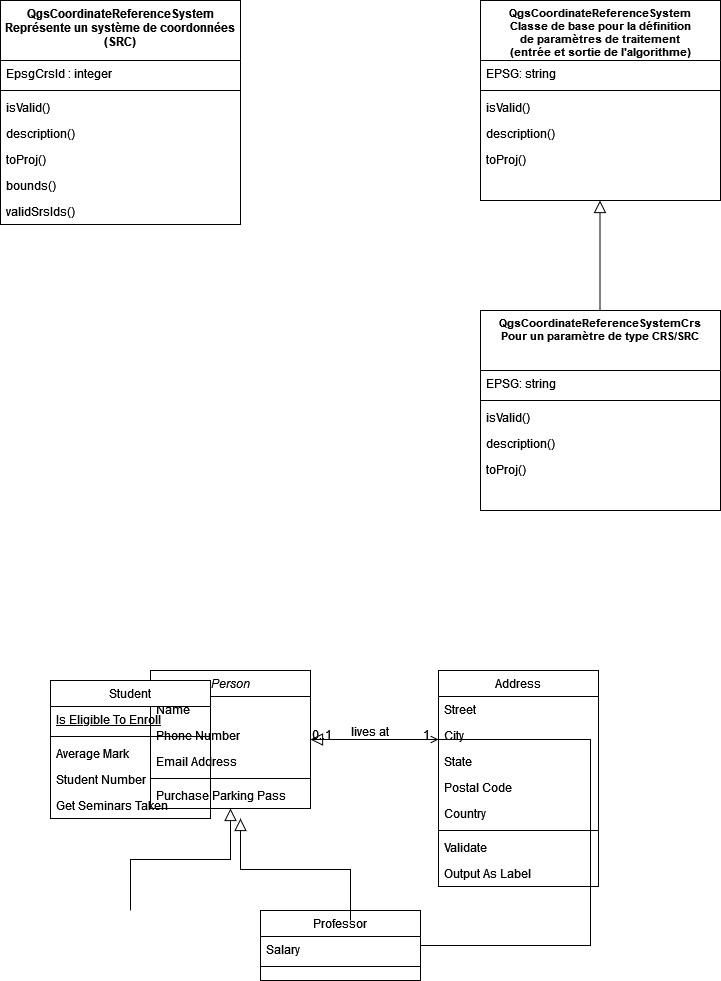
Before: classes_QGIS.png, a diagram exported from draw.io (leonielrx/ProjetInfo_DoGeo). Source tidied: cells renumbered, new cells last; positions are measured from the earlier drawing's top-left corner, leaving out a move shared by most shapes.
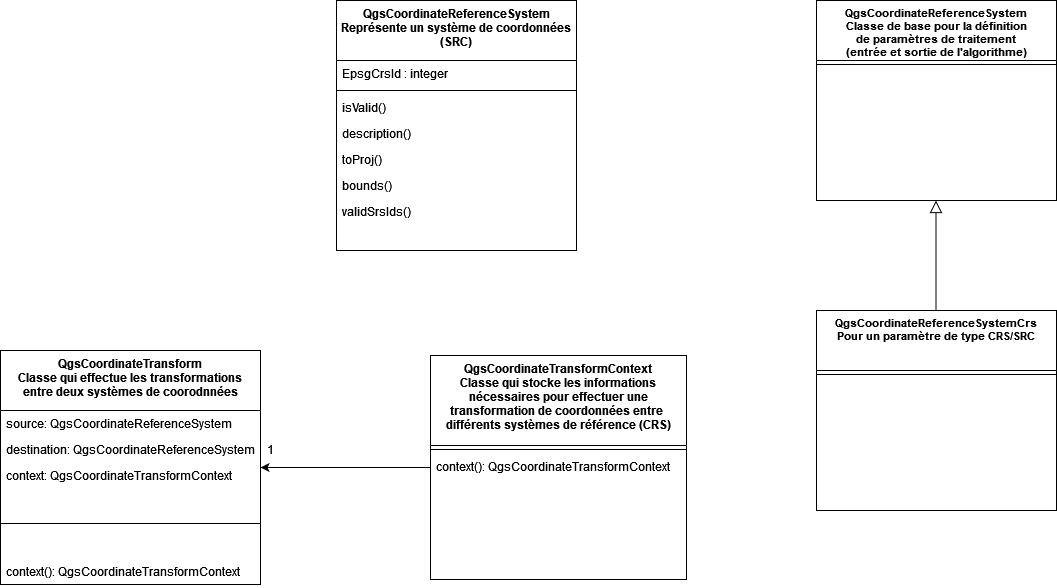
Later version of the same file.

Commit message:
Mettre à jour classes_QGIS.png

What changed in the source:
```diff
@@ -2,112 +2,8 @@
   <root>
     <mxCell id="0" />
     <mxCell id="1" parent="0" />
-    <mxCell id="2" value="Person" style="swimlane;fontStyle=2;align=center;verticalAlign=top;horizontal=1;startSize=26;rounded=0;shadow=0;strokeWidth=1;" parent="1" vertex="1">
-      <mxGeometry x="150" y="670" width="160" height="138" as="geometry" />
-    </mxCell>
-    <mxCell id="3" value="Name" style="text;align=left;verticalAlign=top;spacingLeft=4;spacingRight=4;overflow=hidden;" parent="2" vertex="1">
-      <mxGeometry y="26" width="160" height="26" as="geometry" />
-    </mxCell>
-    <mxCell id="4" value="Phone Number" style="text;align=left;verticalAlign=top;spacingLeft=4;spacingRight=4;overflow=hidden;rounded=0;shadow=0;html=0;" parent="2" vertex="1">
-      <mxGeometry y="52" width="160" height="26" as="geometry" />
-    </mxCell>
-    <mxCell id="5" value="Email Address" style="text;align=left;verticalAlign=top;spacingLeft=4;spacingRight=4;overflow=hidden;rounded=0;shadow=0;html=0;" parent="2" vertex="1">
-      <mxGeometry y="78" width="160" height="26" as="geometry" />
-    </mxCell>
-    <mxCell id="6" style="line;html=1;strokeWidth=1;align=left;verticalAlign=middle;spacingTop=-1;spacingLeft=3;spacingRight=3;labelPosition=right;" parent="2" vertex="1">
-      <mxGeometry y="104" width="160" height="8" as="geometry" />
-    </mxCell>
-    <mxCell id="7" value="Purchase Parking Pass" style="text;align=left;verticalAlign=top;spacingLeft=4;spacingRight=4;overflow=hidden;" parent="2" vertex="1">
-      <mxGeometry y="112" width="160" height="26" as="geometry" />
-    </mxCell>
-    <mxCell id="8" value="Student" style="swimlane;fontStyle=0;align=center;verticalAlign=top;horizontal=1;startSize=26;rounded=0;shadow=0;strokeWidth=1;" parent="1" vertex="1">
-      <mxGeometry x="50" y="680" width="160" height="138" as="geometry" />
-    </mxCell>
-    <mxCell id="9" value="Is Eligible To Enroll" style="text;align=left;verticalAlign=top;spacingLeft=4;spacingRight=4;overflow=hidden;fontStyle=4;" parent="8" vertex="1">
-      <mxGeometry y="26" width="160" height="26" as="geometry" />
-    </mxCell>
-    <mxCell id="10" style="line;html=1;strokeWidth=1;align=left;verticalAlign=middle;spacingTop=-1;spacingLeft=3;spacingRight=3;labelPosition=right;" parent="8" vertex="1">
-      <mxGeometry y="52" width="160" height="8" as="geometry" />
-    </mxCell>
-    <mxCell id="11" value="Average Mark" style="text;align=left;verticalAlign=top;spacingLeft=4;spacingRight=4;overflow=hidden;rounded=0;shadow=0;html=0;" parent="8" vertex="1">
-      <mxGeometry y="60" width="160" height="26" as="geometry" />
-    </mxCell>
-    <mxCell id="12" value="Student Number" style="text;align=left;verticalAlign=top;spacingLeft=4;spacingRight=4;overflow=hidden;" parent="8" vertex="1">
-      <mxGeometry y="86" width="160" height="26" as="geometry" />
-    </mxCell>
-    <mxCell id="13" value="Get Seminars Taken" style="text;align=left;verticalAlign=top;spacingLeft=4;spacingRight=4;overflow=hidden;" parent="8" vertex="1">
-      <mxGeometry y="112" width="160" height="26" as="geometry" />
-    </mxCell>
-    <mxCell id="14" style="endArrow=block;endSize=10;endFill=0;shadow=0;strokeWidth=1;rounded=0;curved=0;edgeStyle=elbowEdgeStyle;elbow=vertical;" parent="1" edge="1" target="2">
-      <mxGeometry relative="1" as="geometry">
-        <mxPoint x="130" y="910" as="sourcePoint" />
-      </mxGeometry>
-    </mxCell>
-    <mxCell id="15" value="Professor" style="swimlane;fontStyle=0;align=center;verticalAlign=top;horizontal=1;startSize=26;rounded=0;shadow=0;strokeWidth=1;" parent="1" vertex="1">
-      <mxGeometry x="260" y="910" width="160" height="70" as="geometry" />
-    </mxCell>
-    <mxCell id="16" value="Salary" style="text;align=left;verticalAlign=top;spacingLeft=4;spacingRight=4;overflow=hidden;" parent="15" vertex="1">
-      <mxGeometry y="26" width="160" height="26" as="geometry" />
-    </mxCell>
-    <mxCell id="17" style="line;html=1;strokeWidth=1;align=left;verticalAlign=middle;spacingTop=-1;spacingLeft=3;spacingRight=3;labelPosition=right;" parent="15" vertex="1">
-      <mxGeometry y="52" width="160" height="8" as="geometry" />
-    </mxCell>
-    <mxCell id="18" style="endArrow=block;endSize=10;endFill=0;shadow=0;strokeWidth=1;rounded=0;curved=0;edgeStyle=elbowEdgeStyle;elbow=vertical;" parent="1" edge="1" source="15" target="2">
-      <mxGeometry relative="1" as="geometry">
-        <Array as="points">
-          <mxPoint x="590" y="520" />
-        </Array>
-      </mxGeometry>
-    </mxCell>
-    <mxCell id="19" value="Address" style="swimlane;fontStyle=0;align=center;verticalAlign=top;horizontal=1;startSize=26;rounded=0;shadow=0;strokeWidth=1;" parent="1" vertex="1">
-      <mxGeometry x="438" y="670" width="160" height="216" as="geometry" />
-    </mxCell>
-    <mxCell id="20" value="Street" style="text;align=left;verticalAlign=top;spacingLeft=4;spacingRight=4;overflow=hidden;" parent="19" vertex="1">
-      <mxGeometry y="26" width="160" height="26" as="geometry" />
-    </mxCell>
-    <mxCell id="21" value="City" style="text;align=left;verticalAlign=top;spacingLeft=4;spacingRight=4;overflow=hidden;rounded=0;shadow=0;html=0;" parent="19" vertex="1">
-      <mxGeometry y="52" width="160" height="26" as="geometry" />
-    </mxCell>
-    <mxCell id="22" value="State" style="text;align=left;verticalAlign=top;spacingLeft=4;spacingRight=4;overflow=hidden;rounded=0;shadow=0;html=0;" parent="19" vertex="1">
-      <mxGeometry y="78" width="160" height="26" as="geometry" />
-    </mxCell>
-    <mxCell id="23" value="Postal Code" style="text;align=left;verticalAlign=top;spacingLeft=4;spacingRight=4;overflow=hidden;rounded=0;shadow=0;html=0;" parent="19" vertex="1">
-      <mxGeometry y="104" width="160" height="26" as="geometry" />
-    </mxCell>
-    <mxCell id="24" value="Country" style="text;align=left;verticalAlign=top;spacingLeft=4;spacingRight=4;overflow=hidden;rounded=0;shadow=0;html=0;" parent="19" vertex="1">
-      <mxGeometry y="130" width="160" height="26" as="geometry" />
-    </mxCell>
-    <mxCell id="25" style="line;html=1;strokeWidth=1;align=left;verticalAlign=middle;spacingTop=-1;spacingLeft=3;spacingRight=3;labelPosition=right;" parent="19" vertex="1">
-      <mxGeometry y="156" width="160" height="8" as="geometry" />
-    </mxCell>
-    <mxCell id="26" value="Validate" style="text;align=left;verticalAlign=top;spacingLeft=4;spacingRight=4;overflow=hidden;" parent="19" vertex="1">
-      <mxGeometry y="164" width="160" height="26" as="geometry" />
-    </mxCell>
-    <mxCell id="27" value="Output As Label" style="text;align=left;verticalAlign=top;spacingLeft=4;spacingRight=4;overflow=hidden;" parent="19" vertex="1">
-      <mxGeometry y="190" width="160" height="26" as="geometry" />
-    </mxCell>
-    <mxCell id="28" style="endArrow=open;shadow=0;strokeWidth=1;rounded=0;curved=0;endFill=1;edgeStyle=elbowEdgeStyle;elbow=vertical;" parent="1" edge="1" source="2" target="19">
-      <mxGeometry x="0.5" y="41" relative="1" as="geometry">
-        <mxPoint x="-40" y="32" as="offset" />
-      </mxGeometry>
-    </mxCell>
-    <mxCell id="29" value="0..1" style="align=left;verticalAlign=bottom;labelBackgroundColor=none;fontSize=12;" parent="28" vertex="1">
-      <mxGeometry x="-1" relative="1" as="geometry">
-        <mxPoint y="4" as="offset" />
-      </mxGeometry>
-    </mxCell>
-    <mxCell id="30" value="1" style="align=right;verticalAlign=bottom;labelBackgroundColor=none;fontSize=12;" parent="28" vertex="1">
-      <mxGeometry x="1" relative="1" as="geometry">
-        <mxPoint x="-7" y="4" as="offset" />
-      </mxGeometry>
-    </mxCell>
-    <mxCell id="31" value="lives at" style="text;html=1;align=center;verticalAlign=middle;labelBackgroundColor=none;rounded=0;shadow=0;strokeWidth=1;fontSize=12;" parent="28" vertex="1">
-      <mxGeometry x="0.5" y="49" relative="1" as="geometry">
-        <mxPoint x="-38" y="40" as="offset" />
-      </mxGeometry>
-    </mxCell>
     <mxCell id="32" value="QgsCoordinateReferenceSystem&#10;Représente un système de coordonnées &#10;(SRC)&#10;" style="swimlane;fontStyle=1;align=center;verticalAlign=top;horizontal=1;startSize=60;rounded=0;shadow=0;strokeWidth=1;fontSize=12;" parent="1" vertex="1">
-      <mxGeometry width="240" height="224" as="geometry" />
+      <mxGeometry width="240" height="250" as="geometry" />
     </mxCell>
     <mxCell id="33" value="EpsgCrsId : integer&#10;" style="text;align=left;verticalAlign=top;spacingLeft=4;spacingRight=4;overflow=hidden;rounded=0;shadow=0;html=0;" parent="32" vertex="1">
       <mxGeometry y="60" width="240" height="26" as="geometry" />
@@ -133,27 +29,9 @@
     <mxCell id="40" value="QgsCoordinateReferenceSystem&#10;Classe de base pour la définition &#10;de paramètres de traitement &#10;(entrée et sortie de l'algorithme)&#10;" style="swimlane;fontStyle=1;align=center;verticalAlign=top;horizontal=1;startSize=60;rounded=0;shadow=0;strokeWidth=1;fontSize=11;" parent="1" vertex="1">
       <mxGeometry x="480" width="240" height="200" as="geometry" />
     </mxCell>
-    <mxCell id="41" value="EPSG: string" style="text;align=left;verticalAlign=top;spacingLeft=4;spacingRight=4;overflow=hidden;rounded=0;shadow=0;html=0;" parent="40" vertex="1">
-      <mxGeometry y="60" width="240" height="26" as="geometry" />
-    </mxCell>
     <mxCell id="42" style="line;html=1;strokeWidth=1;align=left;verticalAlign=middle;spacingTop=-1;spacingLeft=3;spacingRight=3;labelPosition=right;" parent="40" vertex="1">
-      <mxGeometry y="86" width="240" height="8" as="geometry" />
+      <mxGeometry y="60" width="240" height="8" as="geometry" />
     </mxCell>
-    <mxCell id="43" value="isValid()" style="text;align=left;verticalAlign=top;spacingLeft=4;spacingRight=4;overflow=hidden;" parent="40" vertex="1">
-      <mxGeometry y="94" width="240" height="26" as="geometry" />
-    </mxCell>
-    <mxCell id="44" value="description()" style="text;align=left;verticalAlign=top;spacingLeft=4;spacingRight=4;overflow=hidden;rounded=0;shadow=0;html=0;" parent="40" vertex="1">
-      <mxGeometry y="120" width="240" height="26" as="geometry" />
-    </mxCell>
-    <mxCell id="45" value="toProj()" style="text;align=left;verticalAlign=top;spacingLeft=4;spacingRight=4;overflow=hidden;rounded=0;shadow=0;html=0;" parent="40" vertex="1">
-      <mxGeometry y="146" width="240" height="26" as="geometry" />
-    </mxCell>
-    <mxCell id="46" style="endArrow=block;endSize=10;endFill=0;shadow=0;strokeWidth=1;rounded=0;curved=0;edgeStyle=elbowEdgeStyle;elbow=vertical;" parent="1" edge="1">
-      <mxGeometry relative="1" as="geometry">
-        <mxPoint x="350" y="920" as="sourcePoint" />
-        <mxPoint x="240" y="818" as="targetPoint" />
-      </mxGeometry>
-    </mxCell>
     <mxCell id="47" style="endArrow=block;endSize=10;endFill=0;shadow=0;strokeWidth=1;rounded=0;curved=0;edgeStyle=elbowEdgeStyle;elbow=vertical;" parent="1" edge="1">
       <mxGeometry relative="1" as="geometry">
         <mxPoint x="599.5" y="310" as="sourcePoint" />
@@ -166,20 +44,41 @@
     <mxCell id="48" value="QgsCoordinateReferenceSystemCrs&#10;Pour un paramètre de type CRS/SRC&#10;" style="swimlane;fontStyle=1;align=center;verticalAlign=top;horizontal=1;startSize=60;rounded=0;shadow=0;strokeWidth=1;fontSize=11;" parent="1" vertex="1">
       <mxGeometry x="480" y="310" width="240" height="200" as="geometry" />
     </mxCell>
-    <mxCell id="49" value="EPSG: string" style="text;align=left;verticalAlign=top;spacingLeft=4;spacingRight=4;overflow=hidden;rounded=0;shadow=0;html=0;" parent="48" vertex="1">
-      <mxGeometry y="60" width="240" height="26" as="geometry" />
-    </mxCell>
     <mxCell id="50" style="line;html=1;strokeWidth=1;align=left;verticalAlign=middle;spacingTop=-1;spacingLeft=3;spacingRight=3;labelPosition=right;" parent="48" vertex="1">
-      <mxGeometry y="86" width="240" height="8" as="geometry" />
+      <mxGeometry y="60" width="240" height="8" as="geometry" />
     </mxCell>
-    <mxCell id="51" value="isValid()" style="text;align=left;verticalAlign=top;spacingLeft=4;spacingRight=4;overflow=hidden;" parent="48" vertex="1">
-      <mxGeometry y="94" width="240" height="26" as="geometry" />
-    </mxCell>
-    <mxCell id="52" value="description()" style="text;align=left;verticalAlign=top;spacingLeft=4;spacingRight=4;overflow=hidden;rounded=0;shadow=0;html=0;" parent="48" vertex="1">
-      <mxGeometry y="120" width="240" height="26" as="geometry" />
-    </mxCell>
-    <mxCell id="53" value="toProj()" style="text;align=left;verticalAlign=top;spacingLeft=4;spacingRight=4;overflow=hidden;rounded=0;shadow=0;html=0;" parent="48" vertex="1">
-      <mxGeometry y="146" width="240" height="26" as="geometry" />
-    </mxCell>
+    <mxCell id="54" value="QgsCoordinateTransform&#10;Classe qui effectue les transformations &#10;entre deux systèmes de coorodnnées&#10;" style="swimlane;fontStyle=1;align=center;verticalAlign=top;horizontal=1;startSize=60;rounded=0;shadow=0;strokeWidth=1;fontSize=12;" parent="1" vertex="1">
+      <mxGeometry x="-336" y="350" width="260" height="234" as="geometry" />
+    </mxCell>
+    <mxCell id="55" value="source: QgsCoordinateReferenceSystem " style="text;align=left;verticalAlign=top;spacingLeft=4;spacingRight=4;overflow=hidden;rounded=0;shadow=0;html=0;" parent="54" vertex="1">
+      <mxGeometry y="60" width="260" height="26" as="geometry" />
+    </mxCell>
+    <mxCell id="56" value="destination: QgsCoordinateReferenceSystem " style="text;align=left;verticalAlign=top;spacingLeft=4;spacingRight=4;overflow=hidden;rounded=0;shadow=0;html=0;" parent="54" vertex="1">
+      <mxGeometry y="86" width="260" height="26" as="geometry" />
+    </mxCell>
+    <mxCell id="57" value="context: QgsCoordinateTransformContext " style="text;align=left;verticalAlign=top;spacingLeft=4;spacingRight=4;overflow=hidden;rounded=0;shadow=0;html=0;" parent="54" vertex="1">
+      <mxGeometry y="112" width="260" height="26" as="geometry" />
+    </mxCell>
+    <mxCell id="58" style="line;html=1;strokeWidth=1;align=left;verticalAlign=middle;spacingTop=-1;spacingLeft=3;spacingRight=3;labelPosition=right;" parent="54" vertex="1">
+      <mxGeometry y="138" width="260" height="70" as="geometry" />
+    </mxCell>
+    <mxCell id="59" value="context(): QgsCoordinateTransformContext" style="text;align=left;verticalAlign=top;spacingLeft=4;spacingRight=4;overflow=hidden;rounded=0;shadow=0;html=0;" parent="54" vertex="1">
+      <mxGeometry y="208" width="260" height="26" as="geometry" />
+    </mxCell>
+    <mxCell id="60" value="QgsCoordinateTransformContext&#10;Classe qui stocke les informations &#10;nécessaires pour effectuer une &#10;transformation de coordonnées entre &#10;différents systèmes de référence (CRS)" style="swimlane;fontStyle=1;align=center;verticalAlign=top;horizontal=1;startSize=90;rounded=0;shadow=0;strokeWidth=1;fontSize=12;" parent="1" vertex="1">
+      <mxGeometry x="94" y="355" width="256" height="224" as="geometry" />
+    </mxCell>
+    <mxCell id="61" style="line;html=1;strokeWidth=1;align=left;verticalAlign=middle;spacingTop=-1;spacingLeft=3;spacingRight=3;labelPosition=right;" parent="60" vertex="1">
+      <mxGeometry y="90" width="256" height="8" as="geometry" />
+    </mxCell>
+    <mxCell id="62" value="context(): QgsCoordinateTransformContext" style="text;align=left;verticalAlign=top;spacingLeft=4;spacingRight=4;overflow=hidden;rounded=0;shadow=0;html=0;" parent="60" vertex="1">
+      <mxGeometry y="98" width="256" height="26" as="geometry" />
+    </mxCell>
+    <mxCell id="63" style="endArrow=classic;html=1;rounded=0;entryX=1;entryY=0.5;entryDx=0;entryDy=0;exitX=0;exitY=0.5;exitDx=0;exitDy=0;" parent="1" edge="1" source="60" target="54">
+      <mxGeometry relative="1" as="geometry" />
+    </mxCell>
+    <mxCell id="30" value="1" style="text;html=1;align=center;verticalAlign=middle;whiteSpace=wrap;rounded=0;" parent="1" vertex="1">
+      <mxGeometry x="-96" y="434" width="60" height="30" as="geometry" />
+    </mxCell>
   </root>
 </mxGraphModel>
```
